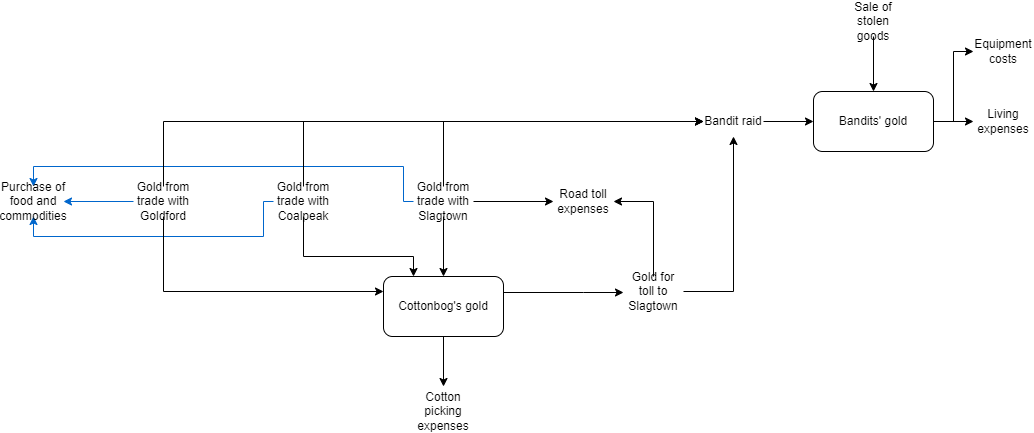
Before: Flowchart/GoldFlow.drawio.png, a diagram exported from draw.io (FunkMarvel/Comp-4-SST). Source tidied: cells renumbered, new cells last; positions are measured from the earlier drawing's top-left corner, leaving out a move shared by most shapes.
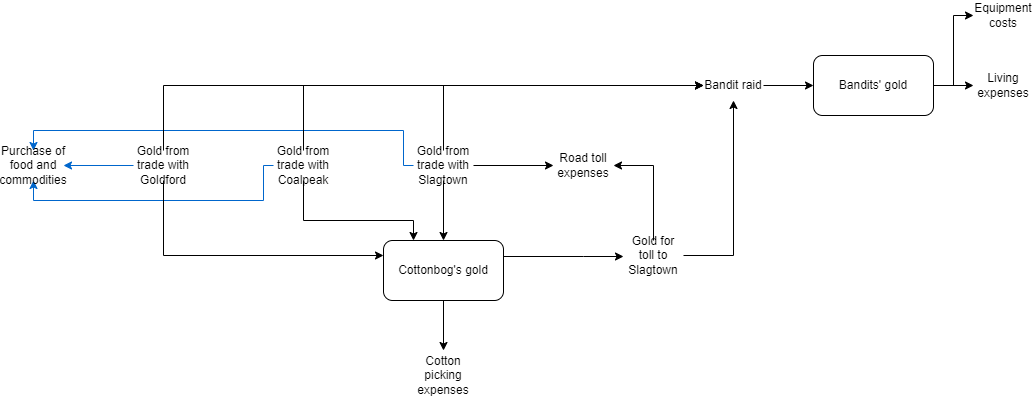
Above is the later version.

Commit message:
Update gold flow

What changed in the source:
```diff
@@ -127,12 +127,6 @@
     <mxCell id="28" value="Purchase of food and commodities" style="text;html=1;strokeColor=none;fillColor=none;align=center;verticalAlign=middle;whiteSpace=wrap;rounded=0;" parent="1" vertex="1">
       <mxGeometry y="180" width="60" height="30" as="geometry" />
     </mxCell>
-    <mxCell id="29" style="edgeStyle=orthogonalEdgeStyle;rounded=0;jettySize=auto;html=1;entryX=0.5;entryY=0;entryDx=0;entryDy=0;strokeColor=#000000;" parent="1" edge="1" source="30" target="19">
-      <mxGeometry relative="1" as="geometry" />
-    </mxCell>
-    <mxCell id="30" value="Sale of stolen goods" style="text;html=1;strokeColor=none;fillColor=none;align=center;verticalAlign=middle;whiteSpace=wrap;rounded=0;" parent="1" vertex="1">
-      <mxGeometry x="840" width="60" height="30" as="geometry" />
-    </mxCell>
     <mxCell id="31" value="Living expenses" style="text;html=1;strokeColor=none;fillColor=none;align=center;verticalAlign=middle;whiteSpace=wrap;rounded=0;" parent="1" vertex="1">
       <mxGeometry x="970" y="100" width="60" height="30" as="geometry" />
     </mxCell>
```
